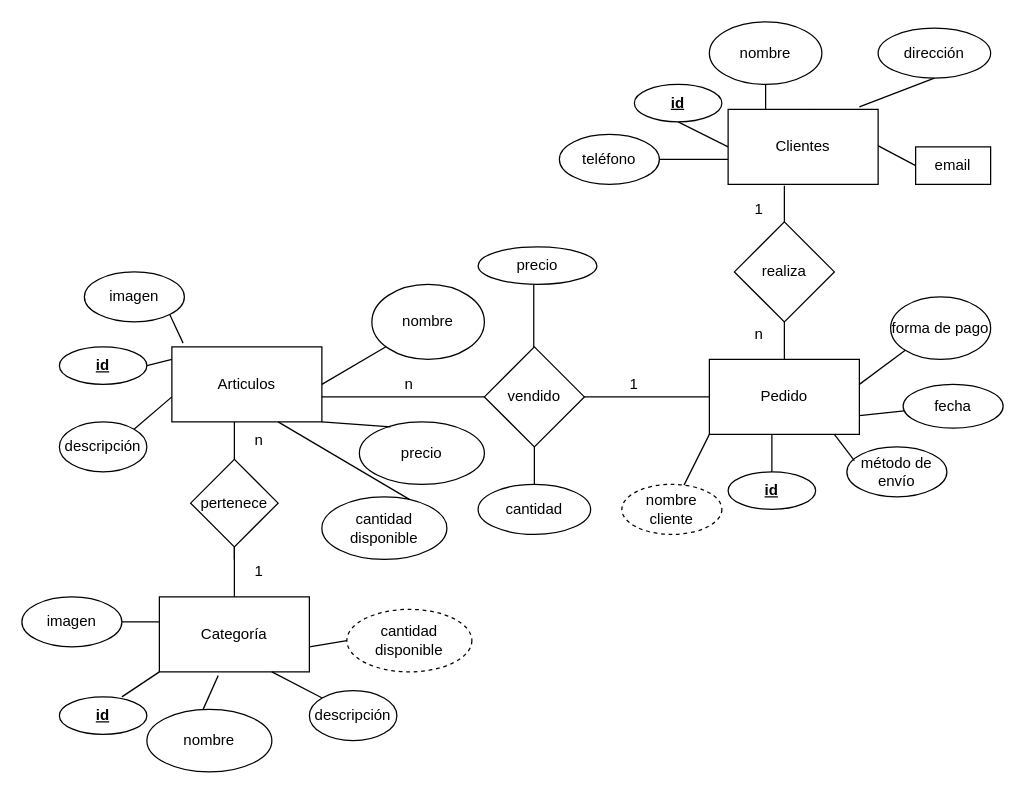
Before: Untitled Diagram.drawio in vivianabm/api-alternativo, a draw.io diagram. Source tidied: cells renumbered, new cells numbered last; positions are measured from the earlier drawing's top-left corner, leaving out a move shared by most shapes. Both pictures are drawn from the tidied source at 125%, with x=0, y=0 at pixel (21, 21).
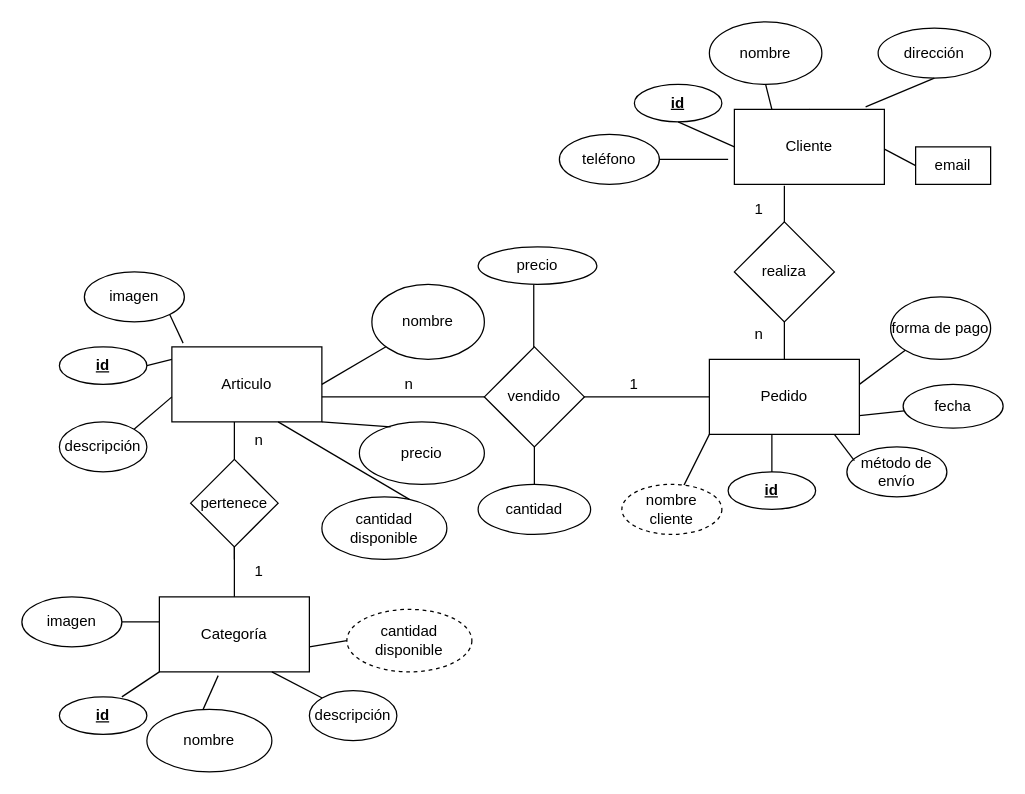
The same diagram, later.

Change to the diagram source:
```diff
@@
-    <mxCell id="2" value="Articulos" style="rounded=0;whiteSpace=wrap;html=1;" parent="1" vertex="1">
+    <mxCell id="2" value="Articulo" style="rounded=0;whiteSpace=wrap;html=1;" parent="1" vertex="1">
       <mxGeometry x="120" y="260" width="120" height="60" as="geometry" />
     </mxCell>
@@
-    <mxCell id="30" value="Clientes" style="rounded=0;whiteSpace=wrap;html=1;" parent="1" vertex="1">
-      <mxGeometry x="565" y="70" width="120" height="60" as="geometry" />
+    <mxCell id="30" value="Cliente" style="rounded=0;whiteSpace=wrap;html=1;" parent="1" vertex="1">
+      <mxGeometry x="570" y="70" width="120" height="60" as="geometry" />
     </mxCell>
```
